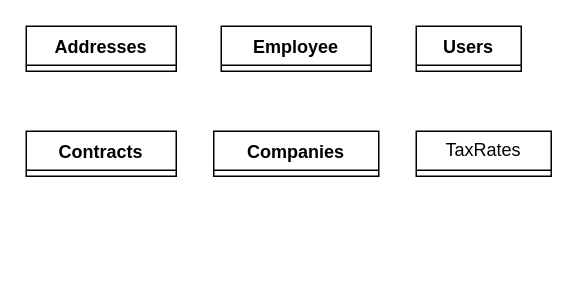
This is Diagramme sans nom.drawio from Eaulmesse/upit_erp_dev, a draw.io file, before an edit. Source tidied: cells renumbered, new cells numbered last; positions are measured from the earlier drawing's top-left corner, leaving out a move shared by most shapes. Both pictures are drawn from the tidied source at 150%, with x=0, y=0 at pixel (26, 26).
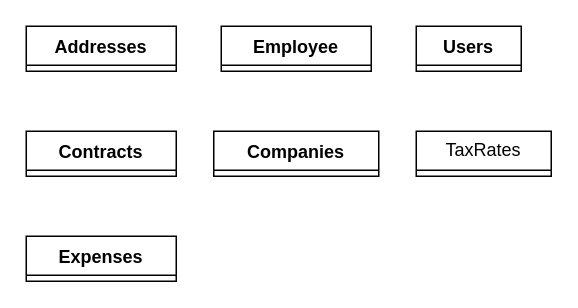
After the change.

The edit, as a diff of the source:
```diff
@@
 <mxGraphModel>
   <root>
     <mxCell id="0" />
     <mxCell id="1" parent="0" />
     <mxCell id="2" value="Companies" style="swimlane;fontStyle=1;align=center;verticalAlign=top;horizontal=1;startSize=26;whiteSpace=wrap;html=1;" parent="1" vertex="1" collapsed="1">
       <mxGeometry x="125" y="70" width="110" height="30" as="geometry" />
     </mxCell>
     <mxCell id="3" value="Addresses" style="swimlane;fontStyle=1;align=center;verticalAlign=top;horizontal=1;startSize=26;whiteSpace=wrap;html=1;" parent="1" vertex="1" collapsed="1">
       <mxGeometry width="100" height="30" as="geometry" />
     </mxCell>
     <mxCell id="4" value="Contracts" style="swimlane;fontStyle=1;align=center;verticalAlign=top;horizontal=1;startSize=26;whiteSpace=wrap;html=1;" parent="1" vertex="1" collapsed="1">
       <mxGeometry y="70" width="100" height="30" as="geometry" />
     </mxCell>
     <mxCell id="5" value="Employee" style="swimlane;fontStyle=1;align=center;verticalAlign=top;horizontal=1;startSize=26;whiteSpace=wrap;html=1;" parent="1" vertex="1" collapsed="1">
       <mxGeometry x="130" width="100" height="30" as="geometry" />
     </mxCell>
     <mxCell id="6" value="Users" style="swimlane;fontStyle=1;align=center;verticalAlign=top;horizontal=1;startSize=26;whiteSpace=wrap;html=1;" parent="1" vertex="1" collapsed="1">
       <mxGeometry x="260" width="70" height="30" as="geometry" />
     </mxCell>
     <mxCell id="7" value="TaxRates" style="swimlane;fontStyle=0;horizontal=1;startSize=26;fillColor=none;whiteSpace=wrap;html=1;" parent="1" vertex="1" collapsed="1">
       <mxGeometry x="260" y="70" width="90" height="30" as="geometry" />
     </mxCell>
+    <mxCell id="8" value="Expenses" style="swimlane;fontStyle=1;align=center;verticalAlign=top;horizontal=1;startSize=26;whiteSpace=wrap;html=1;" parent="1" vertex="1" collapsed="1">
+      <mxGeometry y="140" width="100" height="30" as="geometry" />
+    </mxCell>
   </root>
 </mxGraphModel>
```
